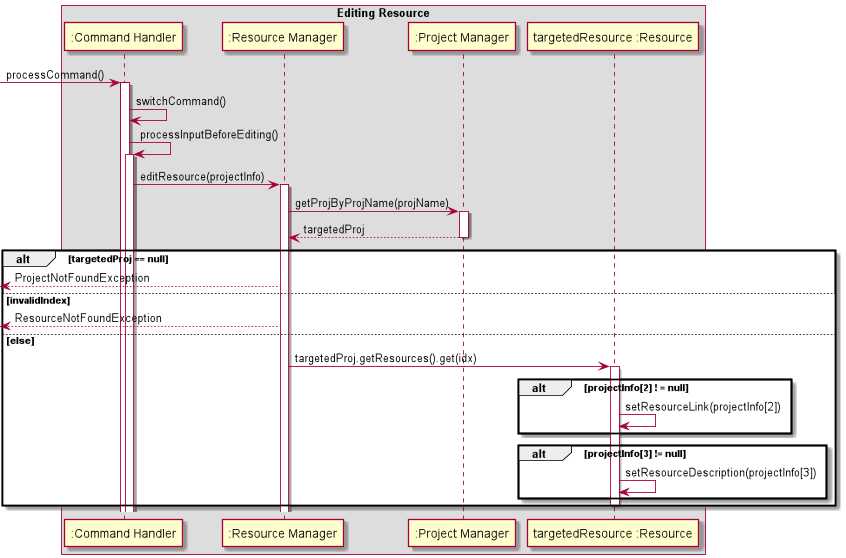
Above: docs/puml_img/Edit.png in s-t-e-f/tp (PlantUML), before the change.
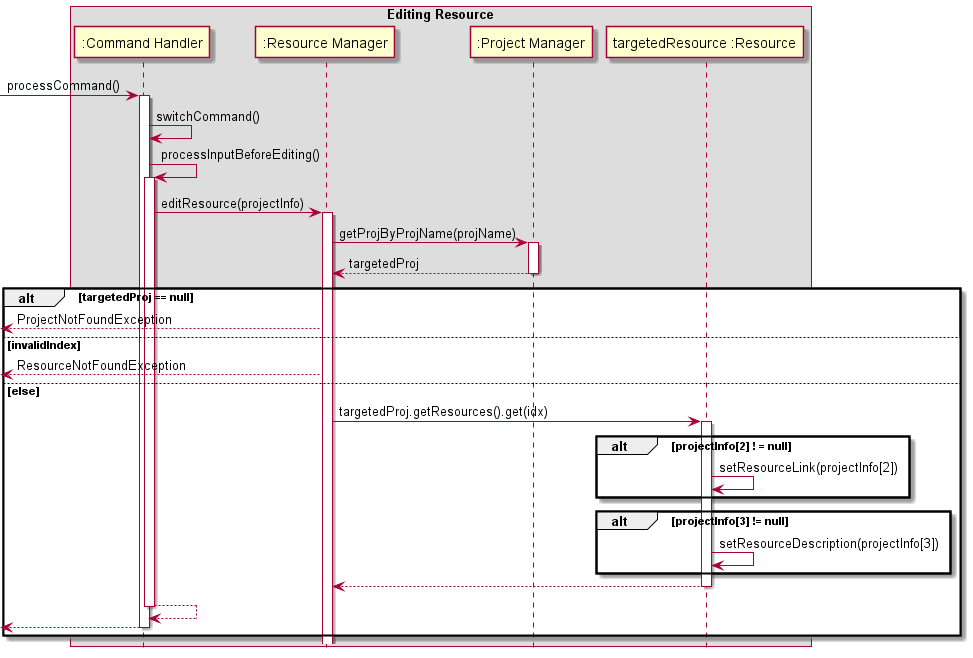
The same file after the commit.

Diff of the diagram source:
```diff
@@ -1,4 +1,5 @@
 @startuml
+hide footbox
 
 box Editing Resource
 participant ":Command Handler" as CommandHandler
@@ -32,8 +33,11 @@
     alt projectInfo[3] != null
         Resource -> Resource : setResourceDescription(projectInfo[3])
         end
+    return
     deactivate Resource
 
+return
+return
 end
 
 
```
